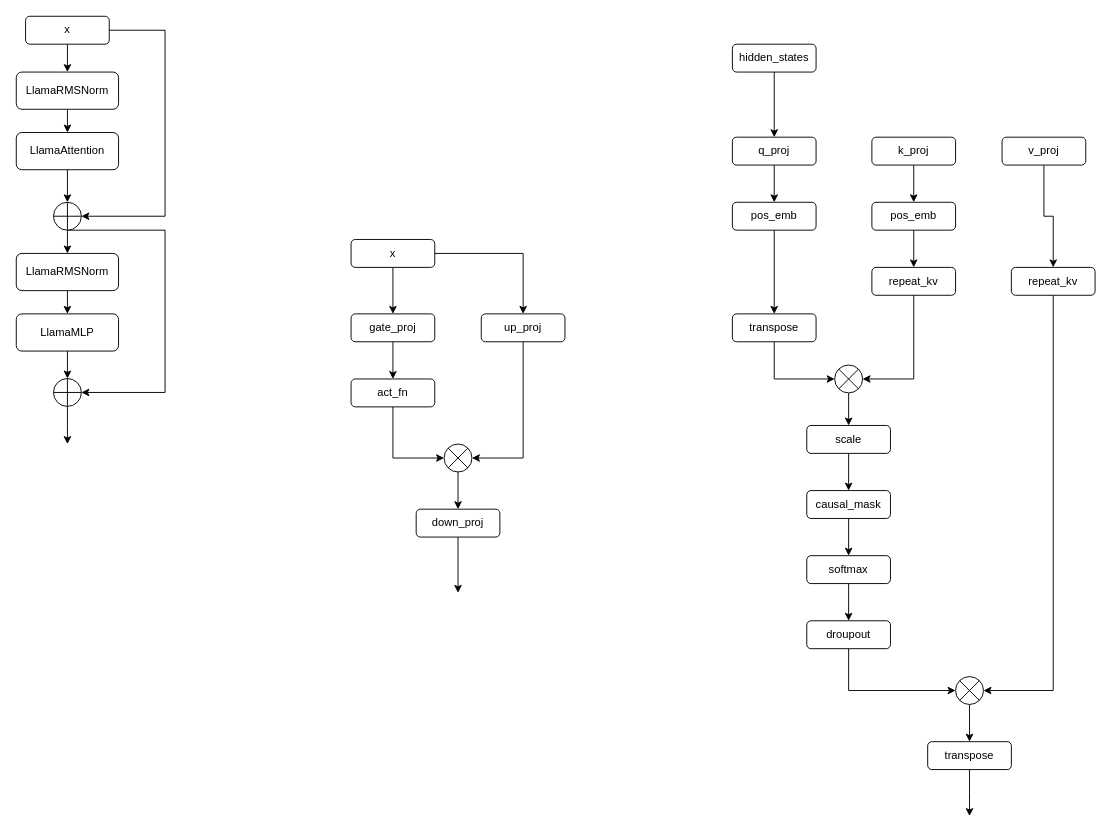
Earlier version of the draw.io diagram page "第 1 页" (1 of 2) of src/transformers/models/llama/llama-arch.drawio (wanakiki/transformers). Source tidied: cells renumbered, new cells numbered last; positions are measured from the earlier drawing's top-left corner, leaving out a move shared by most shapes. Both pictures are drawn from the tidied source at 93%, with x=0, y=0 at pixel (16, 16).
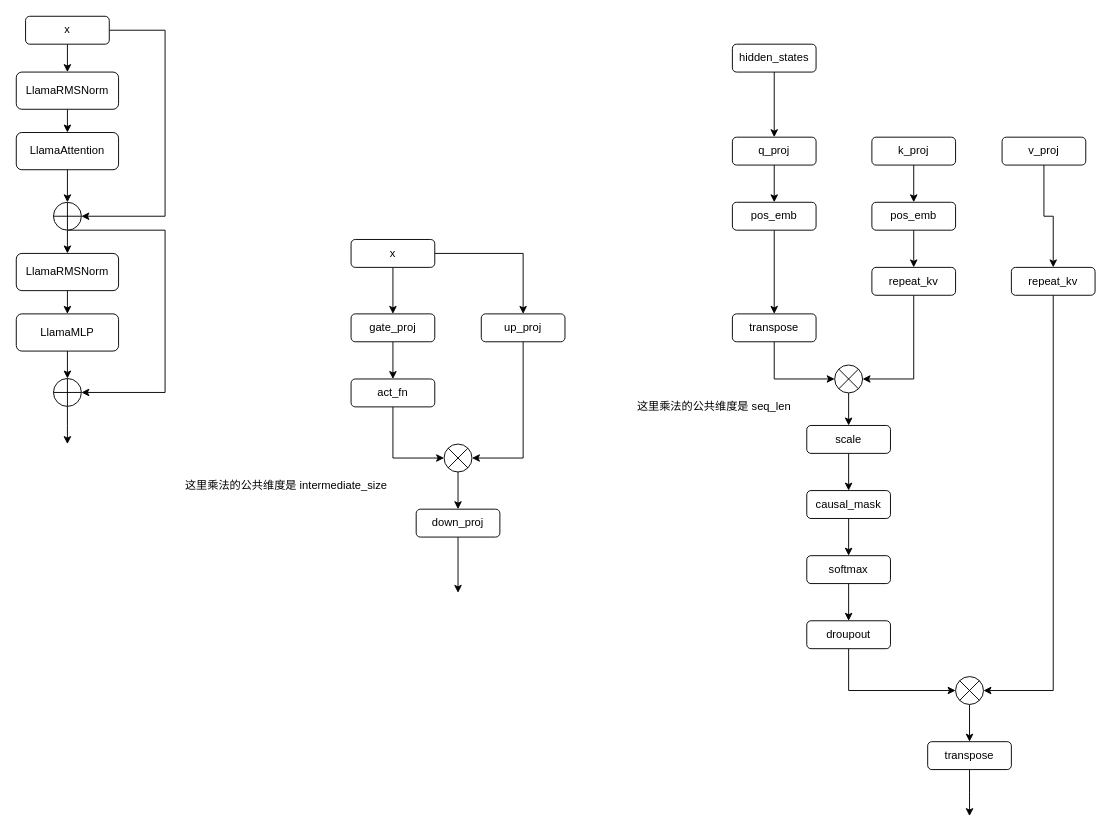
The same diagram, later.

What changed in the source:
```diff
@@
+    <mxCell id="63" value="这里乘法的公共维度是 seq_len" style="text;html=1;align=center;verticalAlign=middle;strokeColor=none;fillColor=none;" parent="1" vertex="1">
+      <mxGeometry x="655" y="405" width="190" height="30" as="geometry" />
+    </mxCell>
+    <mxCell id="64" value="这里乘法的公共维度是 intermediate_size" style="text;html=1;align=center;verticalAlign=middle;strokeColor=none;fillColor=none;" parent="1" vertex="1">
+      <mxGeometry x="170" y="490" width="240" height="30" as="geometry" />
+    </mxCell>
```
